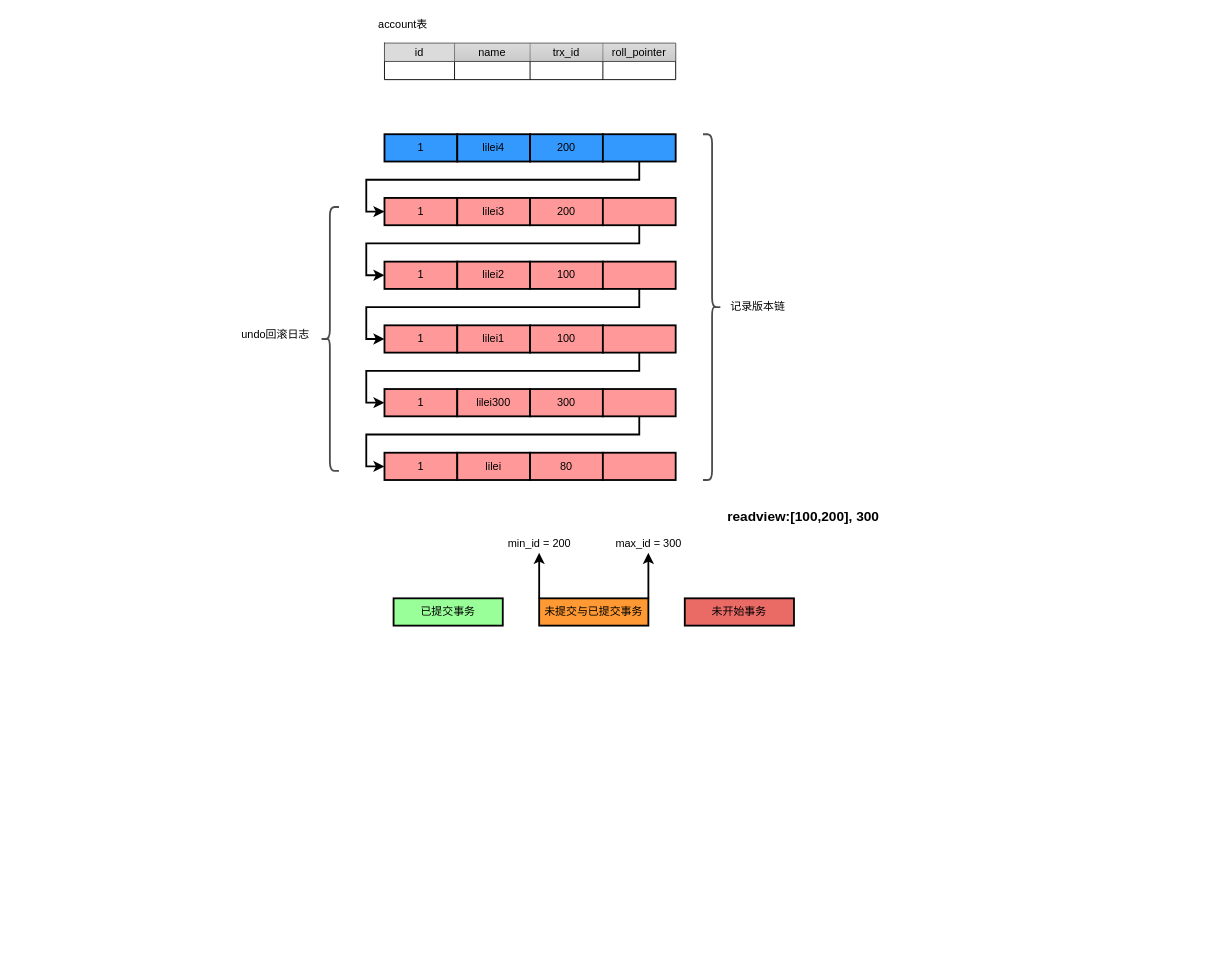
Before: page "undo日志版本链与read view机制详解" (8 of 9) of mysql/MySQL索引数据结构.drawio in LiHuiBin1995/study-java, a draw.io diagram. Source tidied: cells renumbered, new cells numbered last; positions are measured from the earlier drawing's top-left corner, leaving out a move shared by most shapes. Both pictures are drawn from the tidied source at 91%, with x=0, y=0 at pixel (234, 15).
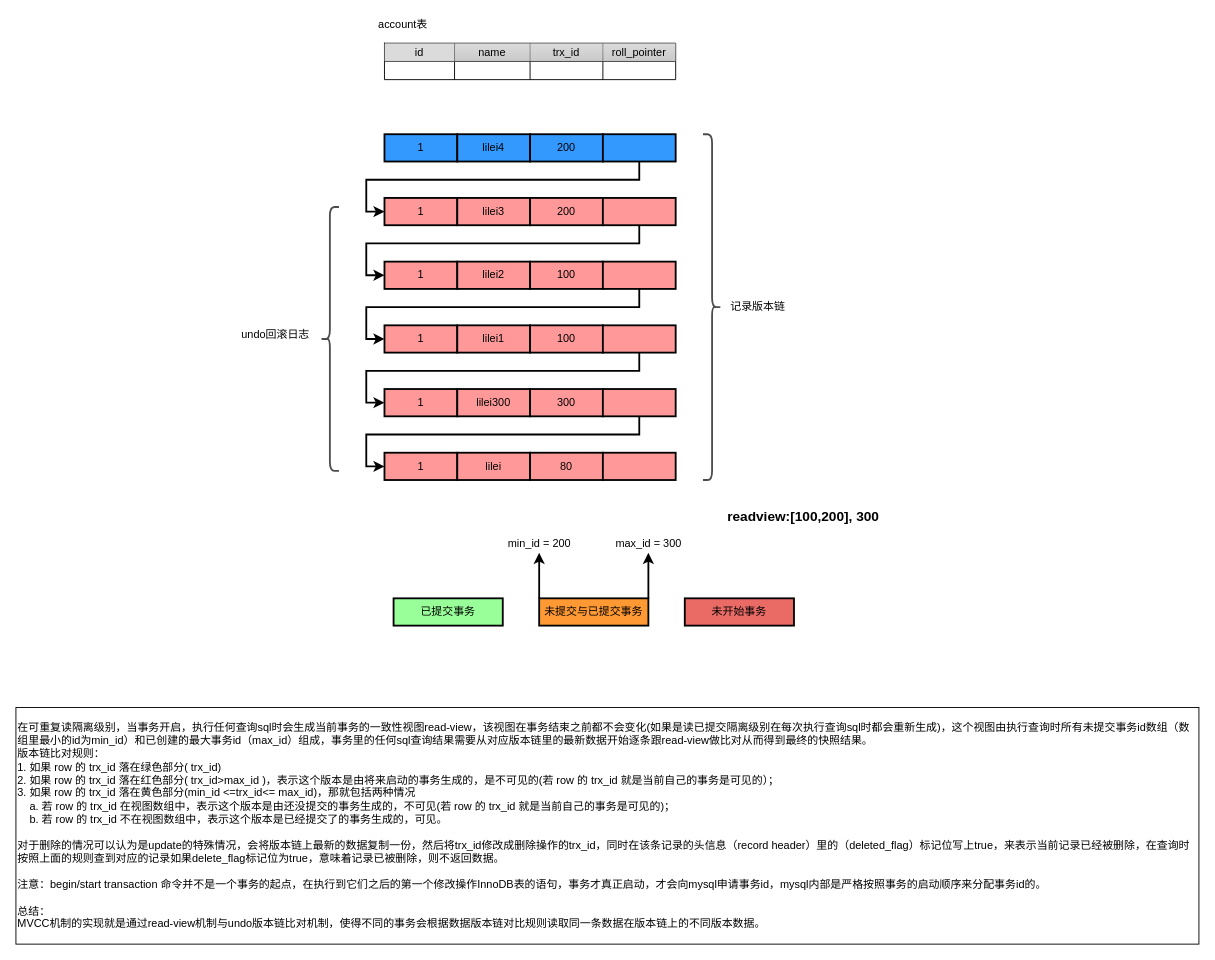
The same diagram, later.

Commit message:
更新MySQL索引数据结构.drawio

The edit, as a diff of the source:
```diff
@@
+    <mxCell id="55" value="在可重复读隔离级别，当事务开启，执行任何查询sql时会生成当前事务的一致性视图read-view，该视图在事务结束之前都不会变化(如果是读已提交隔离级别在每次执行查询sql时都会重新生成)，这个视图由执行查询时所有未提交事务id数组（数组里最小的id为min_id）和已创建的最大事务id（max_id）组成，事务里的任何sql查询结果需要从对应版本链里的最新数据开始逐条跟read-view做比对从而得到最终的快照结果。&lt;br&gt;版本链比对规则：&lt;br&gt;1. 如果 row 的 trx_id 落在绿色部分( trx_id)&lt;br&gt;2. 如果 row 的 trx_id 落在红色部分( trx_id&amp;gt;max_id )，表示这个版本是由将来启动的事务生成的，是不可见的(若 row 的 trx_id 就是当前自己的事务是可见的）；&lt;br&gt;3. 如果 row 的 trx_id 落在黄色部分(min_id &amp;lt;=trx_id&amp;lt;= max_id)，那就包括两种情况&lt;br&gt;&amp;nbsp; &amp;nbsp; a. 若 row 的 trx_id 在视图数组中，表示这个版本是由还没提交的事务生成的，不可见(若 row 的 trx_id 就是当前自己的事务是可见的)；&lt;br&gt;&amp;nbsp; &amp;nbsp; b. 若 row 的 trx_id 不在视图数组中，表示这个版本是已经提交了的事务生成的，可见。&lt;br&gt;&lt;br&gt;对于删除的情况可以认为是update的特殊情况，会将版本链上最新的数据复制一份，然后将trx_id修改成删除操作的trx_id，同时在该条记录的头信息（record header）里的（deleted_flag）标记位写上true，来表示当前记录已经被删除，在查询时按照上面的规则查到对应的记录如果delete_flag标记位为true，意味着记录已被删除，则不返回数据。&lt;br&gt;&lt;br&gt;注意：begin/start&amp;nbsp;transaction&amp;nbsp;命令并不是一个事务的起点，在执行到它们之后的第一个修改操作InnoDB表的语句，事务才真正启动，才会向mysql申请事务id，mysql内部是严格按照事务的启动顺序来分配事务id的。&lt;br&gt;&lt;br&gt;总结：&lt;br&gt;MVCC机制的实现就是通过read-view机制与undo版本链比对机制，使得不同的事务会根据数据版本链对比规则读取同一条数据在版本链上的不同版本数据。" style="rounded=0;whiteSpace=wrap;html=1;align=left;" parent="1" vertex="1">
+      <mxGeometry x="-240" y="760" width="1300" height="260" as="geometry" />
+    </mxCell>
```
